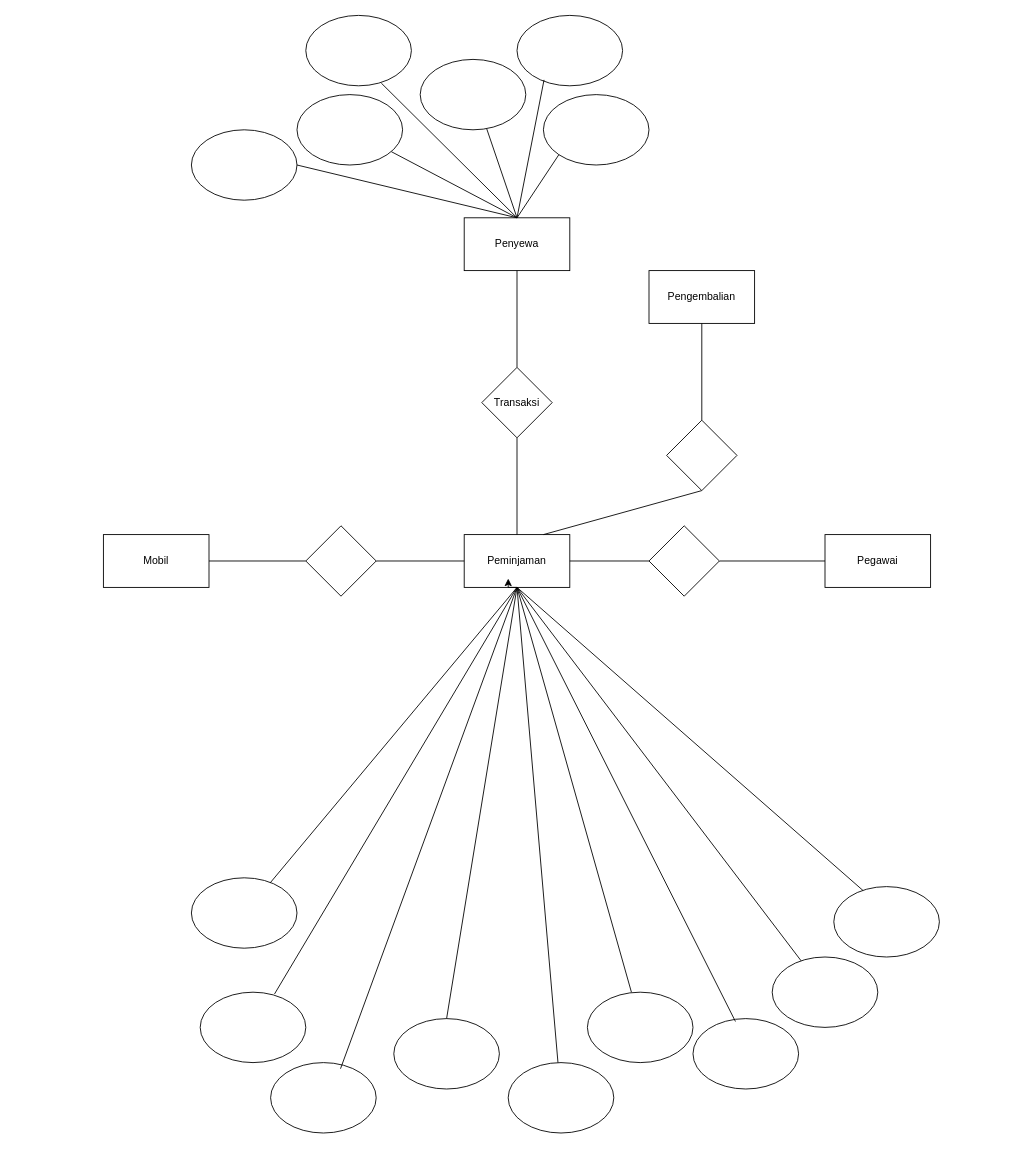
This is Untitled Diagram.drawio from MarioAT2703/MarioAchmad, a draw.io file, before an edit. Source tidied: cells renumbered, new cells numbered last; positions are measured from the earlier drawing's top-left corner, leaving out a move shared by most shapes. Both pictures are drawn from the tidied source at 88%, with x=0, y=0 at pixel (103, 15).
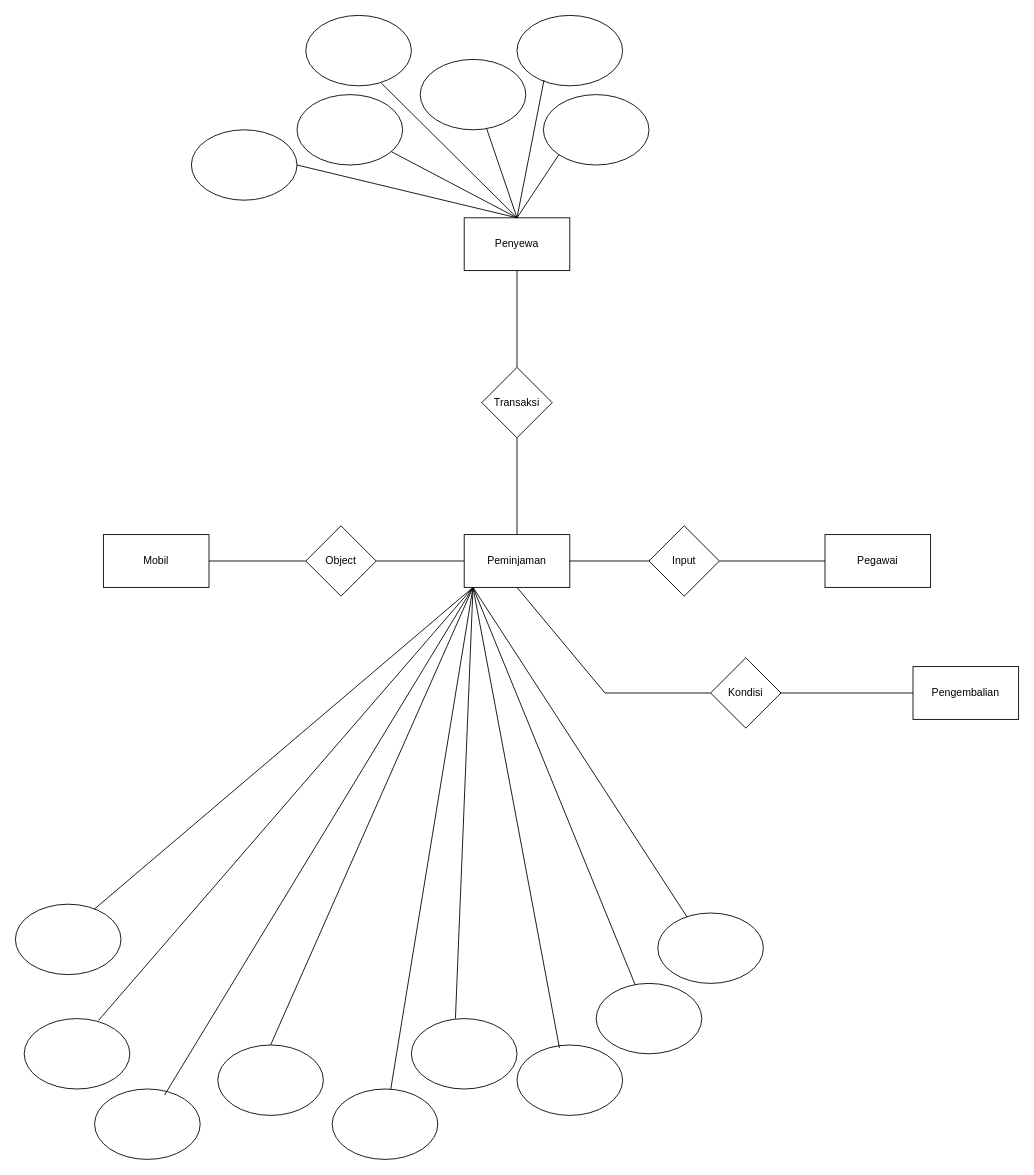
The same page after the edit.

Unchanged cells that the change refers to:
```xml
<mxCell id="6" value="Peminjaman" style="rounded=0;whiteSpace=wrap;html=1;" parent="1" vertex="1">
  <mxGeometry x="410" y="590" width="120" height="60" as="geometry" />
</mxCell>
```

Change to the diagram source:
```diff
@@
     <mxCell id="5" value="Pengembalian" style="rounded=0;whiteSpace=wrap;html=1;" parent="1" vertex="1">
-      <mxGeometry x="620" y="290" width="120" height="60" as="geometry" />
+      <mxGeometry x="920" y="740" width="120" height="60" as="geometry" />
     </mxCell>
@@
-    <mxCell id="18" style="edgeStyle=orthogonalEdgeStyle;rounded=0;orthogonalLoop=1;jettySize=auto;html=1;exitX=0.5;exitY=1;exitDx=0;exitDy=0;entryX=0.417;entryY=0.833;entryDx=0;entryDy=0;entryPerimeter=0;" parent="1" edge="1" source="6" target="6">
-      <mxGeometry relative="1" as="geometry" />
-    </mxCell>
@@
     <mxCell id="24" style="ellipse;whiteSpace=wrap;html=1;" parent="1" vertex="1">
-      <mxGeometry x="670" y="1140" width="120" height="80" as="geometry" />
+      <mxGeometry x="470" y="1170" width="120" height="80" as="geometry" />
     </mxCell>
     <mxCell id="25" style="ellipse;whiteSpace=wrap;html=1;" parent="1" vertex="1">
-      <mxGeometry x="190" y="1190" width="120" height="80" as="geometry" />
+      <mxGeometry x="-10" y="1220" width="120" height="80" as="geometry" />
     </mxCell>
     <mxCell id="26" style="ellipse;whiteSpace=wrap;html=1;" parent="1" vertex="1">
-      <mxGeometry x="110" y="1110" width="120" height="80" as="geometry" />
+      <mxGeometry x="-90" y="1140" width="120" height="80" as="geometry" />
     </mxCell>
     <mxCell id="27" style="ellipse;whiteSpace=wrap;html=1;" parent="1" vertex="1">
-      <mxGeometry x="550" y="1110" width="120" height="80" as="geometry" />
+      <mxGeometry x="350" y="1140" width="120" height="80" as="geometry" />
     </mxCell>
     <mxCell id="28" style="ellipse;whiteSpace=wrap;html=1;" parent="1" vertex="1">
-      <mxGeometry x="330" y="1140" width="120" height="80" as="geometry" />
+      <mxGeometry x="130" y="1170" width="120" height="80" as="geometry" />
     </mxCell>
     <mxCell id="29" style="ellipse;whiteSpace=wrap;html=1;" parent="1" vertex="1">
-      <mxGeometry x="460" y="1190" width="120" height="80" as="geometry" />
+      <mxGeometry x="260" y="1220" width="120" height="80" as="geometry" />
     </mxCell>
     <mxCell id="30" style="ellipse;whiteSpace=wrap;html=1;" parent="1" vertex="1">
-      <mxGeometry x="760" y="1070" width="120" height="80" as="geometry" />
+      <mxGeometry x="560" y="1100" width="120" height="80" as="geometry" />
     </mxCell>
     <mxCell id="31" style="ellipse;whiteSpace=wrap;html=1;" parent="1" vertex="1">
-      <mxGeometry x="100" y="980" width="120" height="80" as="geometry" />
+      <mxGeometry x="-100" y="1010" width="120" height="80" as="geometry" />
     </mxCell>
     <mxCell id="32" style="ellipse;whiteSpace=wrap;html=1;" parent="1" vertex="1">
-      <mxGeometry x="830" y="990" width="120" height="80" as="geometry" />
+      <mxGeometry x="630" y="1020" width="120" height="80" as="geometry" />
     </mxCell>
     <mxCell id="33" style="endArrow=none;html=1;rounded=0;entryX=0;entryY=0.5;entryDx=0;entryDy=0;" parent="1" edge="1" source="29">
       <mxGeometry relative="1" as="geometry">
-        <mxPoint x="470" y="650" as="targetPoint" />
+        <mxPoint x="420" y="650" as="targetPoint" />
       </mxGeometry>
     </mxCell>
     <mxCell id="34" style="endArrow=none;html=1;rounded=0;exitX=0;exitY=0.5;exitDx=0;exitDy=0;entryX=0.5;entryY=0;entryDx=0;entryDy=0;" parent="1" edge="1" target="28">
       <mxGeometry relative="1" as="geometry">
-        <mxPoint x="470" y="650" as="sourcePoint" />
+        <mxPoint x="420" y="650" as="sourcePoint" />
       </mxGeometry>
     </mxCell>
     <mxCell id="35" style="endArrow=none;html=1;rounded=0;entryX=0;entryY=0.5;entryDx=0;entryDy=0;exitX=0.746;exitY=0.072;exitDx=0;exitDy=0;exitPerimeter=0;" parent="1" edge="1" source="31">
       <mxGeometry relative="1" as="geometry">
-        <mxPoint x="470" y="650" as="targetPoint" />
+        <mxPoint x="420" y="650" as="targetPoint" />
       </mxGeometry>
     </mxCell>
     <mxCell id="36" style="endArrow=none;html=1;rounded=0;entryX=0;entryY=0.5;entryDx=0;entryDy=0;exitX=0.662;exitY=0.087;exitDx=0;exitDy=0;exitPerimeter=0;" parent="1" edge="1" source="25">
       <mxGeometry relative="1" as="geometry">
-        <mxPoint x="470" y="650" as="targetPoint" />
+        <mxPoint x="420" y="650" as="targetPoint" />
       </mxGeometry>
     </mxCell>
     <mxCell id="37" style="endArrow=none;html=1;rounded=0;entryX=0.704;entryY=0.025;entryDx=0;entryDy=0;entryPerimeter=0;" parent="1" edge="1" target="26">
       <mxGeometry relative="1" as="geometry">
-        <mxPoint x="470" y="650" as="sourcePoint" />
+        <mxPoint x="420" y="650" as="sourcePoint" />
       </mxGeometry>
     </mxCell>
-    <mxCell id="38" style="endArrow=none;html=1;rounded=0;entryX=0.5;entryY=1;entryDx=0;entryDy=0;exitX=0.417;exitY=0;exitDx=0;exitDy=0;exitPerimeter=0;" parent="1" edge="1" source="27" target="6">
-      <mxGeometry relative="1" as="geometry" />
+    <mxCell id="38" style="endArrow=none;html=1;rounded=0;entryX=0.5;entryY=1;entryDx=0;entryDy=0;exitX=0.417;exitY=0;exitDx=0;exitDy=0;exitPerimeter=0;" parent="1" edge="1" source="27">
+      <mxGeometry relative="1" as="geometry">
+        <mxPoint x="420" y="650" as="targetPoint" />
+      </mxGeometry>
     </mxCell>
-    <mxCell id="39" style="endArrow=none;html=1;rounded=0;exitX=0.402;exitY=0.041;exitDx=0;exitDy=0;exitPerimeter=0;entryX=0.5;entryY=1;entryDx=0;entryDy=0;" parent="1" edge="1" source="24" target="6">
-      <mxGeometry relative="1" as="geometry" />
+    <mxCell id="39" style="endArrow=none;html=1;rounded=0;exitX=0.402;exitY=0.041;exitDx=0;exitDy=0;exitPerimeter=0;entryX=0.5;entryY=1;entryDx=0;entryDy=0;" parent="1" edge="1" source="24">
+      <mxGeometry relative="1" as="geometry">
+        <mxPoint x="420" y="650" as="targetPoint" />
+      </mxGeometry>
     </mxCell>
-    <mxCell id="40" style="endArrow=none;html=1;rounded=0;entryX=0.5;entryY=1;entryDx=0;entryDy=0;" parent="1" edge="1" source="30" target="6">
-      <mxGeometry relative="1" as="geometry" />
+    <mxCell id="40" style="endArrow=none;html=1;rounded=0;" parent="1" edge="1" source="30">
+      <mxGeometry relative="1" as="geometry">
+        <mxPoint x="420" y="650" as="targetPoint" />
+      </mxGeometry>
     </mxCell>
-    <mxCell id="41" style="endArrow=none;html=1;rounded=0;entryX=0.277;entryY=0.056;entryDx=0;entryDy=0;entryPerimeter=0;" parent="1" edge="1" target="32">
+    <mxCell id="41" style="endArrow=none;html=1;rounded=0;entryX=0.277;entryY=0.056;entryDx=0;entryDy=0;entryPerimeter=0;exitX=0.5;exitY=1;exitDx=0;exitDy=0;" parent="1" edge="1" target="32">
       <mxGeometry relative="1" as="geometry">
-        <mxPoint x="470" y="650" as="sourcePoint" />
+        <mxPoint x="420" y="650" as="sourcePoint" />
       </mxGeometry>
     </mxCell>
@@
-    <mxCell id="45" style="rhombus;whiteSpace=wrap;html=1;" parent="1" vertex="1">
+    <mxCell id="45" value="Input" style="rhombus;whiteSpace=wrap;html=1;" parent="1" vertex="1">
       <mxGeometry x="620" y="580" width="80" height="80" as="geometry" />
     </mxCell>
@@
-    <mxCell id="47" style="rhombus;whiteSpace=wrap;html=1;" parent="1" vertex="1">
+    <mxCell id="47" value="Object" style="rhombus;whiteSpace=wrap;html=1;" parent="1" vertex="1">
       <mxGeometry x="230" y="580" width="80" height="80" as="geometry" />
     </mxCell>
-    <mxCell id="48" style="endArrow=none;html=1;rounded=0;exitX=0.5;exitY=0;exitDx=0;exitDy=0;entryX=0.5;entryY=1;entryDx=0;entryDy=0;" parent="1" edge="1" source="50" target="5">
+    <mxCell id="48" style="endArrow=none;html=1;rounded=0;exitX=1;exitY=0.5;exitDx=0;exitDy=0;entryX=0;entryY=0.5;entryDx=0;entryDy=0;" parent="1" edge="1" source="50" target="5">
       <mxGeometry relative="1" as="geometry" />
     </mxCell>
-    <mxCell id="49" style="endArrow=none;html=1;rounded=0;exitX=0.75;exitY=0;exitDx=0;exitDy=0;entryX=0.5;entryY=1;entryDx=0;entryDy=0;" parent="1" edge="1" source="6" target="50">
-      <mxGeometry relative="1" as="geometry" />
+    <mxCell id="49" style="endArrow=none;html=1;rounded=0;exitX=0.5;exitY=1;exitDx=0;exitDy=0;" parent="1" edge="1" source="6">
+      <mxGeometry relative="1" as="geometry">
+        <mxPoint x="570" y="770" as="targetPoint" />
+      </mxGeometry>
     </mxCell>
-    <mxCell id="50" style="rhombus;whiteSpace=wrap;html=1;" parent="1" vertex="1">
-      <mxGeometry x="640" y="460" width="80" height="80" as="geometry" />
+    <mxCell id="50" value="Kondisi" style="rhombus;whiteSpace=wrap;html=1;" parent="1" vertex="1">
+      <mxGeometry x="690" y="730" width="80" height="80" as="geometry" />
     </mxCell>
+    <mxCell id="51" style="endArrow=none;html=1;rounded=0;entryX=0;entryY=0.5;entryDx=0;entryDy=0;" parent="1" edge="1" target="50">
+      <mxGeometry relative="1" as="geometry">
+        <mxPoint x="570" y="770" as="sourcePoint" />
+      </mxGeometry>
+    </mxCell>
```
